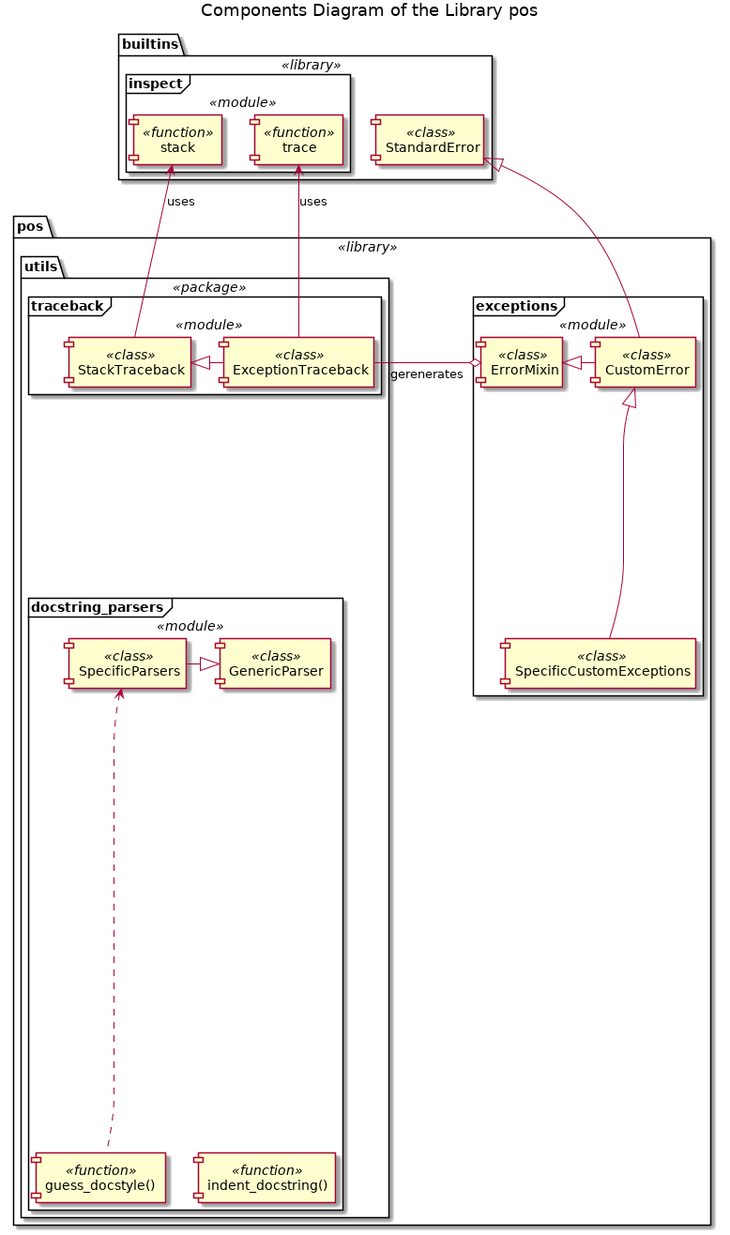
The PlantUML diagram Docs/UML/pos Components.png in FooBarShebang/pos, before a commit.
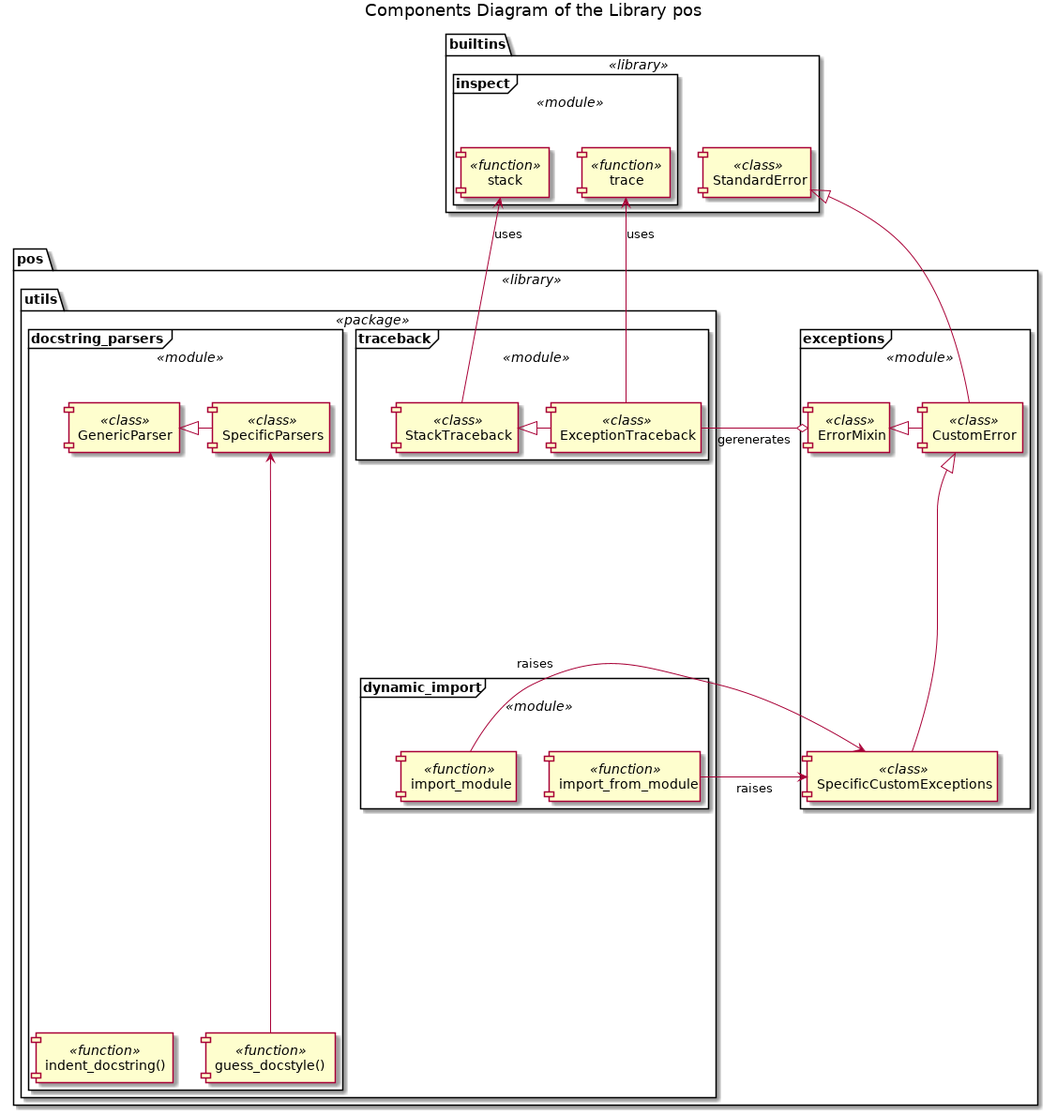
After the change.

Diff of the diagram source:
```diff
@@ -31,23 +31,35 @@
         StackTraceback <|- ExceptionTraceback
     }
 
+    frame "dynamic_import" <<module>> {
+        component "import_module" <<function>>
+
+        component "import_from_module" <<function>>
+
+        import_module -[hidden] import_from_module
+    }
+
     frame "docstring_parsers" <<module>> {
         component "GenericParser" <<class>>
 
         component "SpecificParsers" <<class>>
 
-        SpecificParsers -|> GenericParser
+        GenericParser <|- SpecificParsers
 
         component "guess_docstyle()" as gds <<function>>
 
-        SpecificParsers <.. gds
+        SpecificParsers <-- gds
 
         component "indent_docstring()" as ids <<function>>
 
-        gds -[hidden] ids
+        ids -[hidden] gds
+
+        GenericParser -[hidden]- ids
     }
 
-    traceback -[hidden]- docstring_parsers
+    traceback -[hidden]- dynamic_import
+
+    docstring_parsers -[hidden] traceback
 }
 
 
@@ -87,4 +99,8 @@
 
 StandardError <|-- CustomError
 
+import_from_module -> SpecificCustomExceptions : raises
+
+import_module -> SpecificCustomExceptions : raises
+
 @enduml
```
